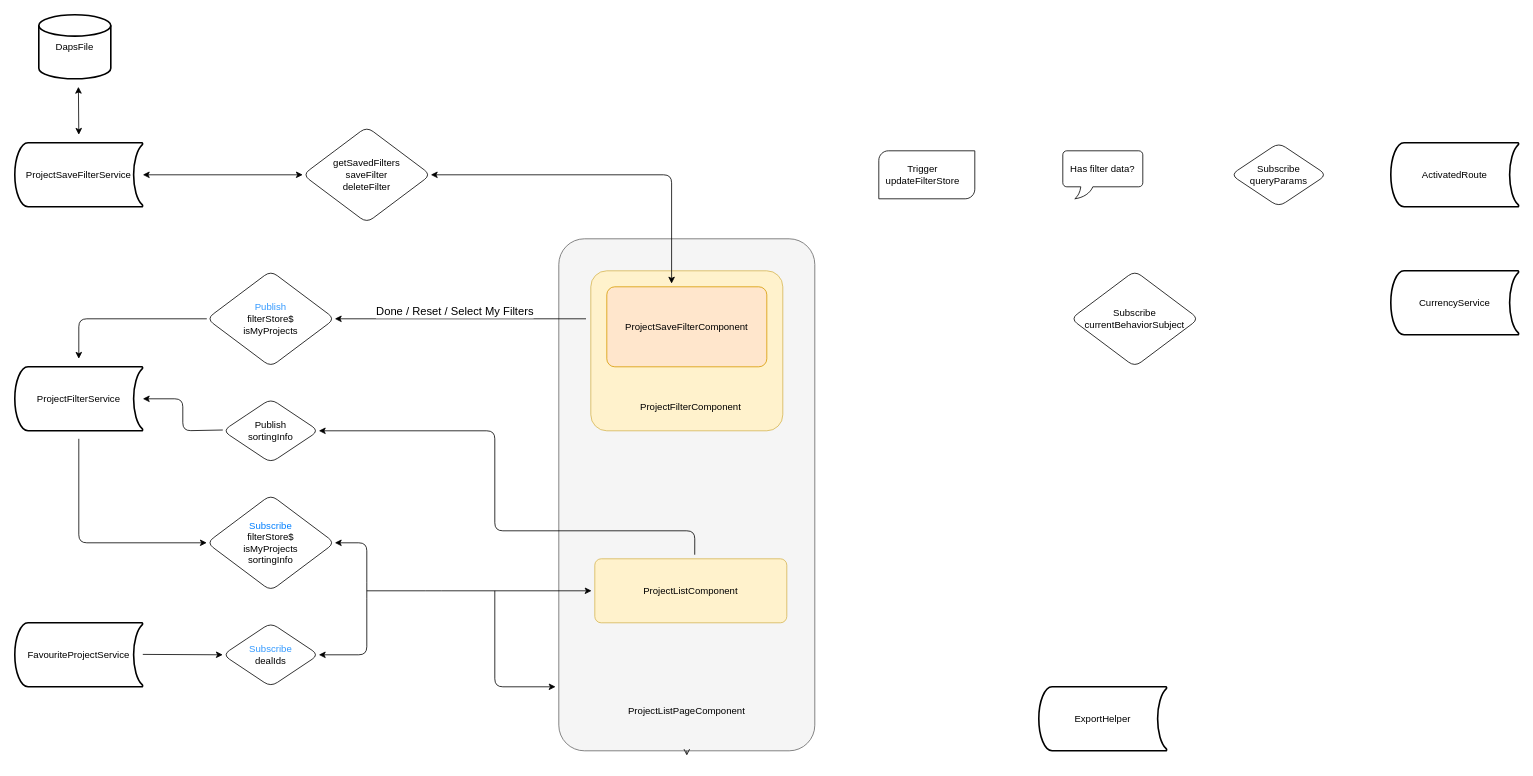
Earlier version of the draw.io diagram Project-List.drawio (YeShengdong/diagrams). Source tidied: cells renumbered, new cells numbered last; positions are measured from the earlier drawing's top-left corner, leaving out a move shared by most shapes. Both pictures are drawn from the tidied source at 80%, with x=0, y=0 at pixel (14, 14).
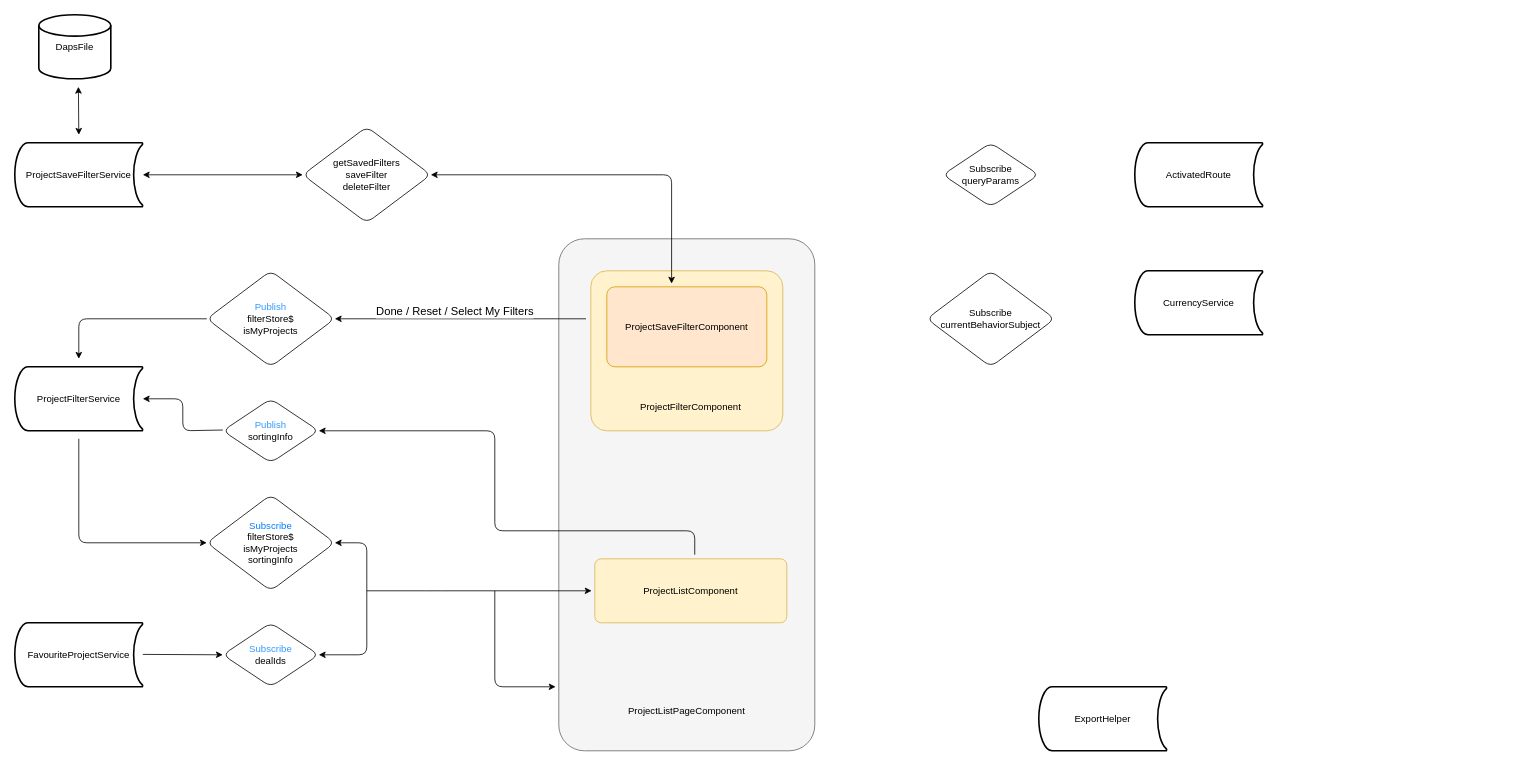
After the change.

The change refers to these unchanged cells:
```xml
<mxCell id="2" value="&lt;p style=&quot;line-height: 1;&quot;&gt;&lt;br&gt;&lt;/p&gt;" style="rounded=1;arcSize=10;html=1;align=center;whiteSpace=wrap;fillStyle=auto;glass=0;fillColor=#f5f5f5;strokeColor=#666666;fontColor=#333333;" parent="1" vertex="1">
  <mxGeometry x="680" y="280" width="320" height="640" as="geometry" />
</mxCell>
```

Diff of the diagram source:
```diff
@@
     <mxCell id="4" value="Subscribe&lt;br&gt;queryParams" style="shape=rhombus;perimeter=rhombusPerimeter;whiteSpace=wrap;html=1;align=center;rounded=1;" parent="1" vertex="1">
-      <mxGeometry x="1520" y="160" width="120" height="80" as="geometry" />
+      <mxGeometry x="1160" y="160" width="120" height="80" as="geometry" />
     </mxCell>
@@
-    <mxCell id="10" value="Trigger&lt;br&gt;updateFilterStore" style="text;html=1;strokeColor=none;fillColor=none;align=center;verticalAlign=middle;whiteSpace=wrap;rounded=1;glass=0;fillStyle=auto;" parent="1" vertex="1">
-      <mxGeometry x="1100" y="185" width="70" height="30" as="geometry" />
-    </mxCell>
     <mxCell id="11" value="ActivatedRoute" style="strokeWidth=2;html=1;shape=mxgraph.flowchart.stored_data;whiteSpace=wrap;glass=0;fillStyle=auto;strokeColor=default;fillColor=none;gradientColor=none;rounded=1;" parent="1" vertex="1">
-      <mxGeometry x="1720" y="160" width="160" height="80" as="geometry" />
+      <mxGeometry x="1400" y="160" width="160" height="80" as="geometry" />
     </mxCell>
@@
     <mxCell id="13" value="CurrencyService" style="strokeWidth=2;html=1;shape=mxgraph.flowchart.stored_data;whiteSpace=wrap;glass=0;fillStyle=auto;strokeColor=default;fillColor=none;gradientColor=none;rounded=1;" parent="1" vertex="1">
-      <mxGeometry x="1720" y="320" width="160" height="80" as="geometry" />
+      <mxGeometry x="1400" y="320" width="160" height="80" as="geometry" />
     </mxCell>
@@
-    <mxCell id="15" value="Has filter data?" style="whiteSpace=wrap;html=1;shape=mxgraph.basic.roundRectCallout;dx=30;dy=15;size=5;boundedLbl=1;glass=0;fillStyle=auto;strokeColor=default;fillColor=none;gradientColor=none;rounded=1;" parent="1" vertex="1">
-      <mxGeometry x="1310" y="170" width="100" height="60" as="geometry" />
-    </mxCell>
     <mxCell id="16" value="Subscribe&lt;br&gt;currentBehaviorSubject" style="shape=rhombus;perimeter=rhombusPerimeter;whiteSpace=wrap;html=1;align=center;rounded=1;" parent="1" vertex="1">
-      <mxGeometry x="1320" y="320" width="160" height="120" as="geometry" />
+      <mxGeometry x="1140" y="320" width="160" height="120" as="geometry" />
     </mxCell>
-    <mxCell id="17" style="verticalLabelPosition=bottom;verticalAlign=top;html=1;shape=mxgraph.basic.diag_round_rect;dx=6;glass=0;fillStyle=auto;strokeColor=default;fillColor=none;gradientColor=none;rounded=1;" parent="1" vertex="1">
-      <mxGeometry x="1080" y="170" width="120" height="60" as="geometry" />
-    </mxCell>
@@
-    <mxCell id="20" value="Publish&lt;br&gt;sortingInfo" style="shape=rhombus;perimeter=rhombusPerimeter;whiteSpace=wrap;html=1;align=center;rounded=1;" parent="1" vertex="1">
+    <mxCell id="20" value="&lt;font color=&quot;#3399ff&quot;&gt;Publish&lt;/font&gt;&lt;br&gt;sortingInfo" style="shape=rhombus;perimeter=rhombusPerimeter;whiteSpace=wrap;html=1;align=center;rounded=1;" parent="1" vertex="1">
       <mxGeometry x="260" y="480" width="120" height="80" as="geometry" />
     </mxCell>
@@
-    <mxCell id="38" style="edgeStyle=orthogonalEdgeStyle;rounded=1;sketch=0;jumpStyle=none;orthogonalLoop=1;jettySize=auto;html=1;exitX=0.5;exitY=1;exitDx=0;exitDy=0;fontSize=11;startArrow=none;startFill=0;endArrow=open;startSize=6;endSize=6;sourcePerimeterSpacing=6;targetPerimeterSpacing=6;" parent="1" edge="1" source="2" target="2">
-      <mxGeometry relative="1" as="geometry" />
-    </mxCell>
```
